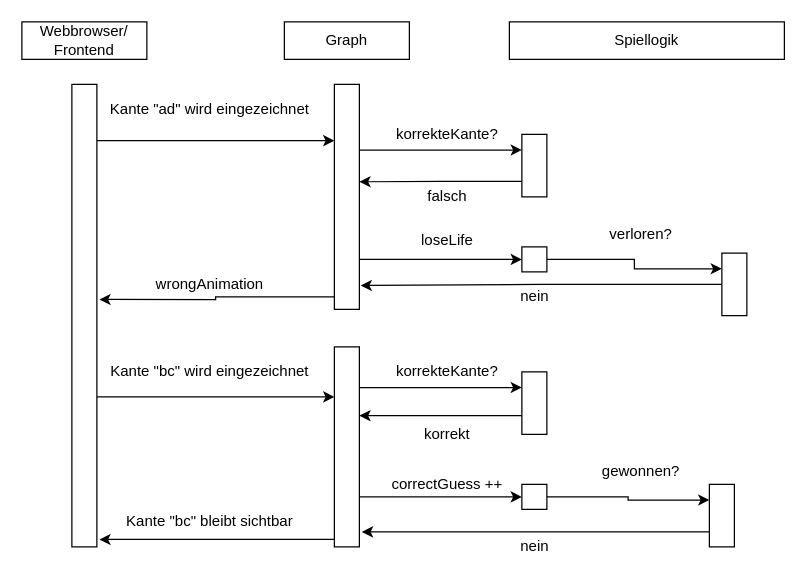
Before: documentation/Laufzeit.drawio in yasseen-salama/causal-inference-game, a draw.io diagram. Source tidied: cells renumbered, new cells numbered last; positions are measured from the earlier drawing's top-left corner, leaving out a move shared by most shapes. Both pictures are drawn from the tidied source at 125%, with x=0, y=0 at pixel (21, 21).
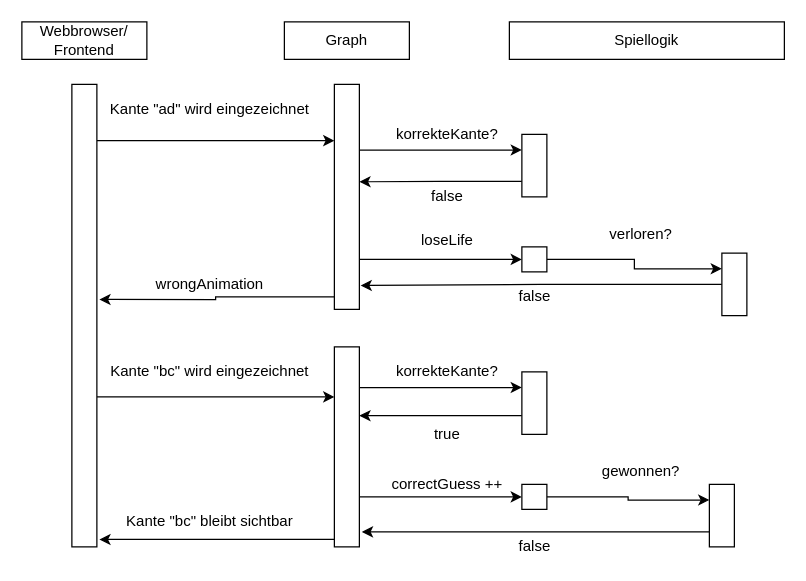
The same page after the edit.

The edit, as a diff of the source:
```diff
@@
-    <mxCell id="13" value="falsch" style="text;html=1;align=center;verticalAlign=middle;" parent="1" vertex="1">
-      <mxGeometry x="315" y="130" width="50" height="20" as="geometry" />
+    <mxCell id="13" value="false" style="text;html=1;align=center;verticalAlign=middle;" parent="1" vertex="1">
+      <mxGeometry x="320" y="130" width="40" height="20" as="geometry" />
     </mxCell>
@@
-    <mxCell id="24" value="korrekt" style="text;html=1;align=center;verticalAlign=middle;" parent="1" vertex="1">
-      <mxGeometry x="315" y="320" width="50" height="20" as="geometry" />
+    <mxCell id="24" value="true" style="text;html=1;align=center;verticalAlign=middle;" parent="1" vertex="1">
+      <mxGeometry x="320" y="320" width="40" height="20" as="geometry" />
     </mxCell>
@@
-    <mxCell id="37" value="nein" style="text;html=1;align=center;verticalAlign=middle;" parent="1" vertex="1">
+    <mxCell id="37" value="false" style="text;html=1;align=center;verticalAlign=middle;" parent="1" vertex="1">
       <mxGeometry x="390" y="210" width="40" height="20" as="geometry" />
     </mxCell>
-    <mxCell id="38" value="nein" style="text;html=1;align=center;verticalAlign=middle;" parent="1" vertex="1">
+    <mxCell id="38" value="false" style="text;html=1;align=center;verticalAlign=middle;" parent="1" vertex="1">
       <mxGeometry x="390" y="410" width="40" height="20" as="geometry" />
     </mxCell>
```
